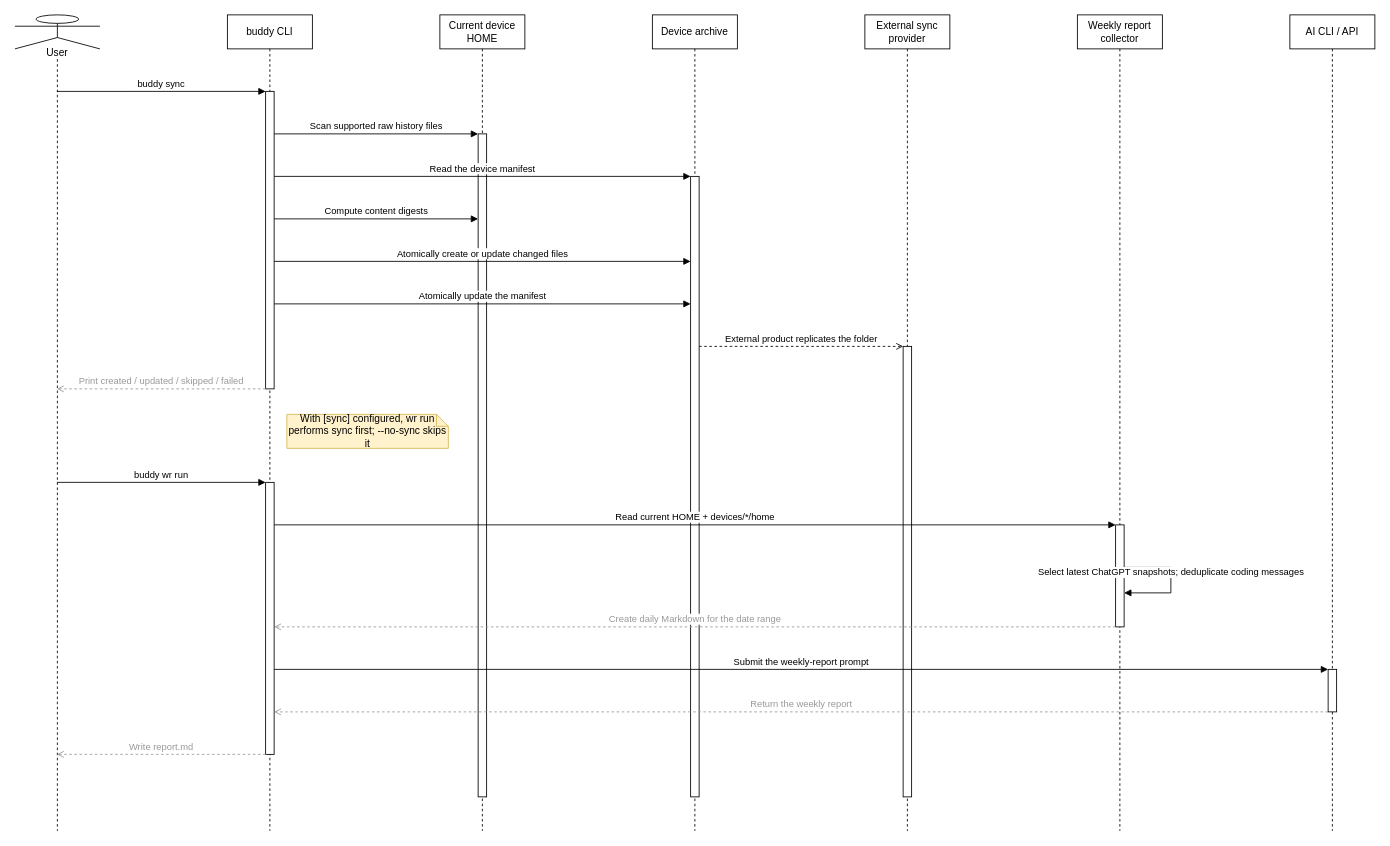
Before: docs/buddy-sync-sequence.drawio in Zhaoyilunnn/guarded-buddy, a draw.io diagram. Source tidied: cells renumbered, new cells numbered last; positions are measured from the earlier drawing's top-left corner, leaving out a move shared by most shapes. Both pictures are drawn from the tidied source at 85%, with x=0, y=0 at pixel (14, 14).
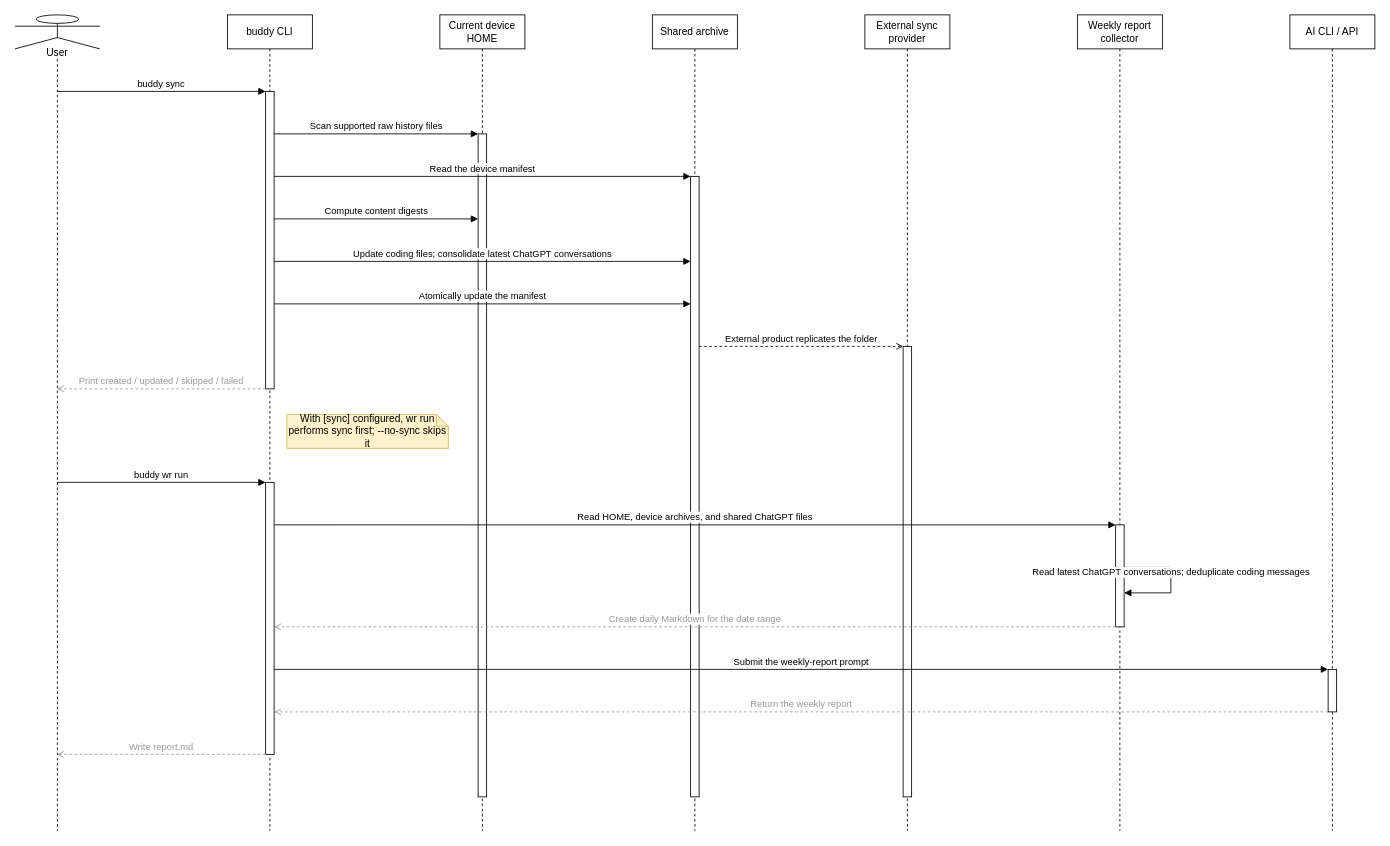
After the change.

The change refers to these unchanged cells:
```xml
<mxCell id="9" style="html=1;points=[];perimeter=orthogonalPerimeter;outlineConnect=0;fillColor=#ffffff;" parent="3" vertex="1">
  <mxGeometry x="45" y="90" width="10" height="350" as="geometry" />
</mxCell>
<mxCell id="10" style="html=1;points=[];perimeter=orthogonalPerimeter;outlineConnect=0;fillColor=#ffffff;" parent="7" vertex="1">
  <mxGeometry x="45" y="600" width="10" height="120" as="geometry" />
</mxCell>
<mxCell id="12" style="html=1;points=[];perimeter=orthogonalPerimeter;outlineConnect=0;fillColor=#ffffff;" parent="3" vertex="1">
  <mxGeometry x="45" y="550" width="10" height="320" as="geometry" />
</mxCell>
<mxCell id="14" style="html=1;points=[];perimeter=orthogonalPerimeter;outlineConnect=0;fillColor=#ffffff;" parent="5" vertex="1">
  <mxGeometry x="45" y="190" width="10" height="730" as="geometry" />
</mxCell>
```

Diff of the diagram source:
```diff
@@
-    <mxCell id="5" value="Device archive" style="shape=umlLifeline;perimeter=lifelinePerimeter;whiteSpace=wrap;html=1;size=40;" parent="1" vertex="1">
+    <mxCell id="5" value="Shared archive" style="shape=umlLifeline;perimeter=lifelinePerimeter;whiteSpace=wrap;html=1;size=40;" parent="1" vertex="1">
       <mxGeometry x="750" width="100" height="960" as="geometry" />
     </mxCell>
@@
-    <mxCell id="20" value="Atomically create or update changed files" style="html=1;verticalAlign=bottom;endArrow=block;curved=0;rounded=0;exitX=1;exitY=0.5714;entryX=0;entryY=0.137;" parent="1" edge="1" source="9" target="14">
+    <mxCell id="20" value="Update coding files; consolidate latest ChatGPT conversations" style="html=1;verticalAlign=bottom;endArrow=block;curved=0;rounded=0;exitX=1;exitY=0.5714;entryX=0;entryY=0.137;" parent="1" edge="1" source="9" target="14">
       <mxGeometry relative="1" as="geometry" />
     </mxCell>
@@
-    <mxCell id="26" value="Read current HOME + devices/*/home" style="html=1;verticalAlign=bottom;endArrow=block;curved=0;rounded=0;exitX=1;exitY=0.1562;entryX=0;entryY=0.0;" parent="1" edge="1" source="12" target="10">
+    <mxCell id="26" value="Read HOME, device archives, and shared ChatGPT files" style="html=1;verticalAlign=bottom;endArrow=block;curved=0;rounded=0;exitX=1;exitY=0.1562;entryX=0;entryY=0.0;" parent="1" edge="1" source="12" target="10">
       <mxGeometry relative="1" as="geometry" />
     </mxCell>
-    <mxCell id="27" value="Select latest ChatGPT snapshots; deduplicate coding messages" style="html=1;verticalAlign=bottom;endArrow=block;curved=0;rounded=0;exitX=1;exitY=0.4167;entryX=1;entryY=0.6667;" parent="1" edge="1" source="10" target="10">
+    <mxCell id="27" value="Read latest ChatGPT conversations; deduplicate coding messages" style="html=1;verticalAlign=bottom;endArrow=block;curved=0;rounded=0;exitX=1;exitY=0.4167;entryX=1;entryY=0.6667;" parent="1" edge="1" source="10" target="10">
       <mxGeometry relative="1" as="geometry">
         <Array as="points">
           <mxPoint x="1360" y="650" />
           <mxPoint x="1360" y="680" />
         </Array>
       </mxGeometry>
     </mxCell>
```
